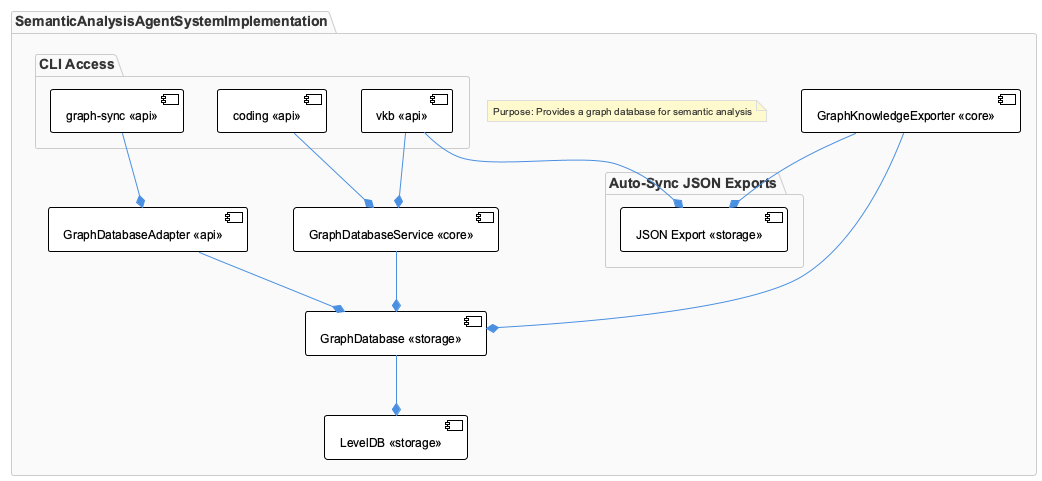
fwornle/coding keeps this PlantUML diagram as knowledge-management/insights/images/semantic-analysis-agent-system-implementation-architecture.png. Above is the earlier version. Its diagram source:
```plantuml
@startuml
!include /Users/q284340/Agentic/coding/docs/puml/_standard-style.puml

package "SemanticAnalysisAgentSystemImplementation" as semanticAnalysis {
  note as AutoNote1
    Purpose: Provides a graph database for semantic analysis
  end note
  component GraphDatabase as "GraphDatabase <<storage>>"
  component LevelDB as "LevelDB <<storage>>"
  component GraphDatabaseService as "GraphDatabaseService <<core>>"
  component GraphKnowledgeExporter as "GraphKnowledgeExporter <<core>>"
  component GraphDatabaseAdapter as "GraphDatabaseAdapter <<api>>"

  GraphDatabase --* LevelDB
  GraphDatabaseService --* GraphDatabase
  GraphKnowledgeExporter --* GraphDatabase
  GraphDatabaseAdapter --* GraphDatabase

  package "CLI Access" as cliAccess {
    component vkb as "vkb <<api>>"
    component coding as "coding <<api>>"
    component graph_sync as "graph-sync <<api>>"
    vkb --* GraphDatabaseService
    coding --* GraphDatabaseService
    graph_sync --* GraphDatabaseAdapter
  }

  package "Auto-Sync JSON Exports" as jsonExports {
    component JSON_Export as "JSON Export <<storage>>"

    GraphKnowledgeExporter --* JSON_Export
    vkb --* JSON_Export
  }
}

@enduml
```
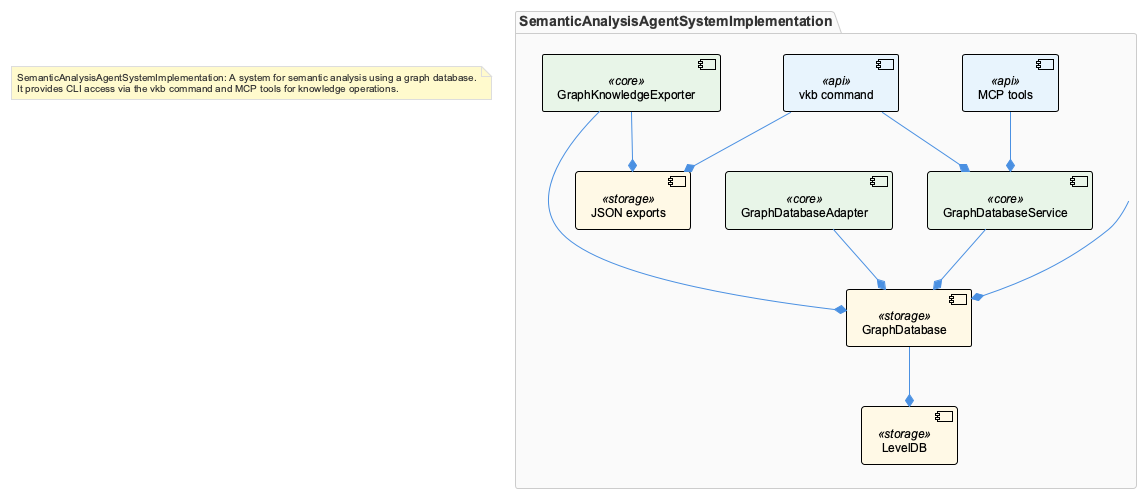
Later version of the same file.

Diff of the diagram source:
```diff
@@ -1,36 +1,30 @@
 @startuml
 !include /Users/q284340/Agentic/coding/docs/puml/_standard-style.puml
 
-package "SemanticAnalysisAgentSystemImplementation" as semanticAnalysis {
-  note as AutoNote1
-    Purpose: Provides a graph database for semantic analysis
-  end note
-  component GraphDatabase as "GraphDatabase <<storage>>"
-  component LevelDB as "LevelDB <<storage>>"
-  component GraphDatabaseService as "GraphDatabaseService <<core>>"
-  component GraphKnowledgeExporter as "GraphKnowledgeExporter <<core>>"
-  component GraphDatabaseAdapter as "GraphDatabaseAdapter <<api>>"
-
-  GraphDatabase --* LevelDB
-  GraphDatabaseService --* GraphDatabase
-  GraphKnowledgeExporter --* GraphDatabase
-  GraphDatabaseAdapter --* GraphDatabase
-
-  package "CLI Access" as cliAccess {
-    component vkb as "vkb <<api>>"
-    component coding as "coding <<api>>"
-    component graph_sync as "graph-sync <<api>>"
-    vkb --* GraphDatabaseService
-    coding --* GraphDatabaseService
-    graph_sync --* GraphDatabaseAdapter
-  }
-
-  package "Auto-Sync JSON Exports" as jsonExports {
-    component JSON_Export as "JSON Export <<storage>>"
-
-    GraphKnowledgeExporter --* JSON_Export
-    vkb --* JSON_Export
-  }
+package "SemanticAnalysisAgentSystemImplementation" as sem {
+  component "GraphDatabase" as graphdb <<storage>>
+  component "LevelDB" as leveldb <<storage>>
+  component "GraphDatabaseService" as gds <<core>>
+  component "GraphKnowledgeExporter" as gke <<core>>
+  component "GraphDatabaseAdapter" as gda <<core>>
+  component "MCP tools" as mcptools <<api>>
+  component "vkb command" as vkb <<api>>
+  component "JSON exports" as json <<storage>>
 }
 
+sem --* graphdb
+graphdb --* leveldb
+gds --* graphdb
+gke --* graphdb
+gda --* graphdb
+mcptools --* gds
+vkb --* gds
+vkb --* json
+gke --* json
+
+note as AutoNote1
+  SemanticAnalysisAgentSystemImplementation: A system for semantic analysis using a graph database.
+  It provides CLI access via the vkb command and MCP tools for knowledge operations.
+end note
+
 @enduml
```
